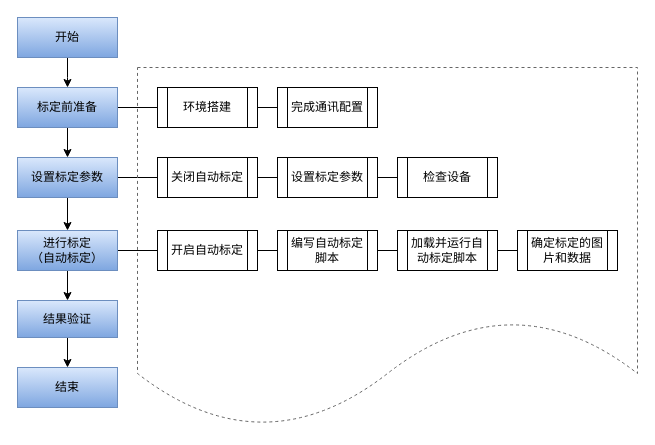
Claire1228/first-tutorial keeps this draw.io diagram as docs/source/image/手动标定.drawio. Above is the earlier version. Source tidied: cells renumbered, new cells numbered last; positions are measured from the earlier drawing's top-left corner, leaving out a move shared by most shapes. Both pictures are drawn from the tidied source at 100%, with x=0, y=0 at pixel (17, 17).
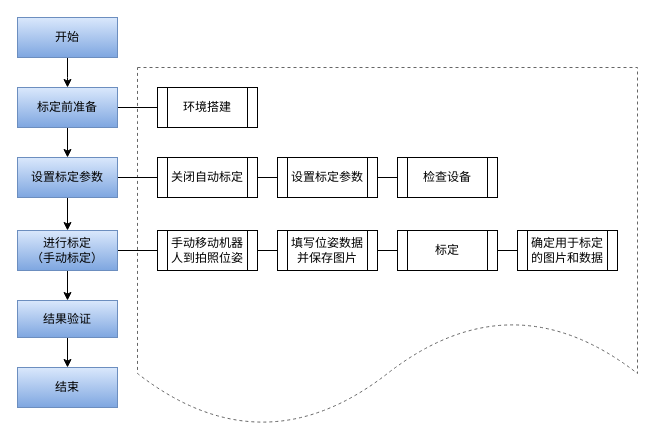
Above is the later version.

Commit message:
更新手动标定.drawio

The change refers to these unchanged cells:
```xml
<mxCell id="3" value="环境搭建" style="shape=process;whiteSpace=wrap;html=1;backgroundOutline=1;" parent="1" vertex="1">
  <mxGeometry x="140" y="70" width="100" height="40" as="geometry" />
</mxCell>
```

Diff of the diagram source:
```diff
@@
-    <mxCell id="2" style="edgeStyle=orthogonalEdgeStyle;rounded=0;jettySize=auto;html=1;exitX=1;exitY=0.5;exitDx=0;exitDy=0;entryX=0;entryY=0.5;entryDx=0;entryDy=0;endArrow=none;endFill=0;" parent="1" edge="1" source="3" target="15">
-      <mxGeometry relative="1" as="geometry" />
-    </mxCell>
+    <mxCell id="31" style="shape=document;whiteSpace=wrap;html=1;boundedLbl=1;dashed=1;fillColor=none;strokeColor=#666666;" parent="1" vertex="1">
+      <mxGeometry x="120" y="50" width="500" height="360" as="geometry" />
+    </mxCell>
@@
-    <mxCell id="12" value="进行标定&lt;div&gt;（自动标定）&lt;/div&gt;" style="rounded=0;whiteSpace=wrap;html=1;fillColor=#dae8fc;strokeColor=#6c8ebf;gradientColor=#7ea6e0;" parent="1" vertex="1">
+    <mxCell id="12" value="进行标定&lt;div&gt;（手动标定）&lt;/div&gt;" style="rounded=0;whiteSpace=wrap;html=1;fillColor=#dae8fc;strokeColor=#6c8ebf;gradientColor=#7ea6e0;" parent="1" vertex="1">
       <mxGeometry y="213" width="100" height="40" as="geometry" />
     </mxCell>
@@
-    <mxCell id="15" value="完成通讯配置" style="shape=process;whiteSpace=wrap;html=1;backgroundOutline=1;" parent="1" vertex="1">
-      <mxGeometry x="260" y="70" width="100" height="40" as="geometry" />
-    </mxCell>
@@
-    <mxCell id="22" value="开启自动标定" style="shape=process;whiteSpace=wrap;html=1;backgroundOutline=1;" parent="1" vertex="1">
+    <mxCell id="22" value="手动移动机器人到拍照位姿" style="shape=process;whiteSpace=wrap;html=1;backgroundOutline=1;" parent="1" vertex="1">
       <mxGeometry x="140" y="213" width="100" height="40" as="geometry" />
     </mxCell>
@@
-    <mxCell id="24" value="编写自动标定脚本" style="shape=process;whiteSpace=wrap;html=1;backgroundOutline=1;" parent="1" vertex="1">
+    <mxCell id="24" value="填写位姿数据并保存图片" style="shape=process;whiteSpace=wrap;html=1;backgroundOutline=1;" parent="1" vertex="1">
       <mxGeometry x="260" y="213" width="100" height="40" as="geometry" />
     </mxCell>
-    <mxCell id="25" style="edgeStyle=orthogonalEdgeStyle;rounded=0;jettySize=auto;html=1;exitX=1;exitY=0.5;exitDx=0;exitDy=0;entryX=0;entryY=0.5;entryDx=0;entryDy=0;endArrow=none;endFill=0;" parent="1" edge="1" source="26" target="27">
-      <mxGeometry relative="1" as="geometry" />
-    </mxCell>
-    <mxCell id="26" value="加载并运行自动标定脚本" style="shape=process;whiteSpace=wrap;html=1;backgroundOutline=1;" parent="1" vertex="1">
+    <mxCell id="26" value="标定" style="shape=process;whiteSpace=wrap;html=1;backgroundOutline=1;" parent="1" vertex="1">
       <mxGeometry x="380" y="213" width="100" height="40" as="geometry" />
     </mxCell>
-    <mxCell id="27" value="确定标定的图片和数据" style="shape=process;whiteSpace=wrap;html=1;backgroundOutline=1;" parent="1" vertex="1">
-      <mxGeometry x="500" y="213" width="100" height="40" as="geometry" />
-    </mxCell>
@@
-    <mxCell id="31" style="shape=document;whiteSpace=wrap;html=1;boundedLbl=1;dashed=1;fillColor=none;strokeColor=#666666;" parent="1" vertex="1">
-      <mxGeometry x="120" y="50" width="500" height="360" as="geometry" />
-    </mxCell>
+    <mxCell id="32" value="确定用于标定的图片和数据" style="shape=process;whiteSpace=wrap;html=1;backgroundOutline=1;" parent="1" vertex="1">
+      <mxGeometry x="500" y="213" width="100" height="40" as="geometry" />
+    </mxCell>
+    <mxCell id="33" style="edgeStyle=orthogonalEdgeStyle;rounded=0;jettySize=auto;html=1;exitX=1;exitY=0.5;exitDx=0;exitDy=0;entryX=0;entryY=0.425;entryDx=0;entryDy=0;endArrow=none;endFill=0;entryPerimeter=0;" parent="1" edge="1" source="26" target="32">
+      <mxGeometry relative="1" as="geometry" />
+    </mxCell>
```
